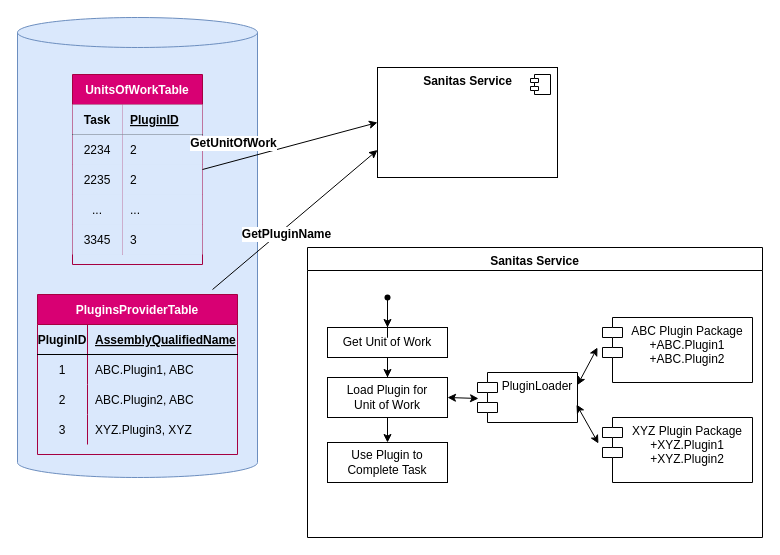
luisgarciau/hello-world keeps this draw.io diagram as page "Page-2" (2 of 2) of PluginProvider.drawio. Above is the earlier version. Source tidied: cells renumbered, new cells numbered last; positions are measured from the earlier drawing's top-left corner, leaving out a move shared by most shapes. Both pictures are drawn from the tidied source at 100%, with x=0, y=0 at pixel (17, 17).
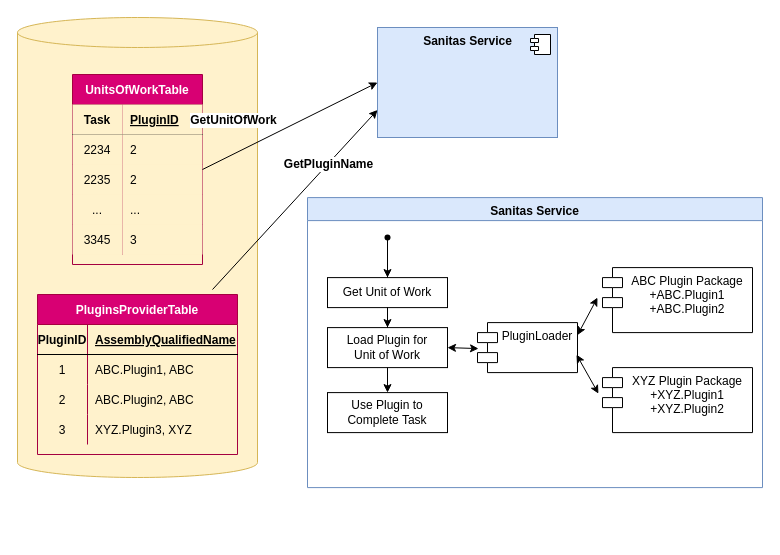
The same diagram, later.

Unchanged cells that the change refers to:
```xml
<mxCell id="17" style="shape=partialRectangle;fillColor=none;top=0;left=0;bottom=1;right=0;" parent="16" vertex="1">
  <mxGeometry y="30" width="130" height="30" as="geometry" />
</mxCell>
<mxCell id="20" style="shape=partialRectangle;fillColor=none;top=0;left=0;bottom=0;right=0;" parent="16" vertex="1">
  <mxGeometry y="60" width="130" height="30" as="geometry" />
</mxCell>
<mxCell id="23" style="shape=partialRectangle;fillColor=none;top=0;left=0;bottom=0;right=0;" parent="16" vertex="1">
  <mxGeometry y="90" width="130" height="30" as="geometry" />
</mxCell>
<mxCell id="26" style="shape=partialRectangle;fillColor=none;top=0;left=0;bottom=0;right=0;" parent="16" vertex="1">
  <mxGeometry y="120" width="130" height="30" as="geometry" />
</mxCell>
<mxCell id="29" style="shape=partialRectangle;fillColor=none;top=0;left=0;bottom=0;right=0;" parent="16" vertex="1">
  <mxGeometry y="150" width="130" height="30" as="geometry" />
</mxCell>
<mxCell id="37" value="PluginLoader" style="shape=module;align=left;spacingLeft=20;align=center;verticalAlign=top;" parent="36" vertex="1">
  <mxGeometry x="170" y="125" width="100" height="50" as="geometry" />
</mxCell>
<mxCell id="43" value="&lt;div&gt;Get Unit of Work&lt;br&gt;&lt;/div&gt;" style="whiteSpace=wrap;html=1;align=center;verticalAlign=middle;fillColor=none;sketch=0;fillStyle=solid;" parent="36" vertex="1">
  <mxGeometry x="20" y="80" width="120" height="30" as="geometry" />
</mxCell>
<mxCell id="50" style="endArrow=classic;html=1;exitX=0.875;exitY=-0.031;exitDx=0;exitDy=0;entryX=0;entryY=0.75;entryDx=0;entryDy=0;exitPerimeter=0;" parent="1" edge="1" source="3" target="32">
  <mxGeometry relative="1" as="geometry" />
</mxCell>
```

The edit, as a diff of the source:
```diff
@@
-    <mxCell id="2" style="shape=cylinder3;whiteSpace=wrap;html=1;boundedLbl=1;backgroundOutline=1;size=15;verticalAlign=top;fillColor=#dae8fc;strokeColor=#6c8ebf;" parent="1" vertex="1">
+    <mxCell id="2" style="shape=cylinder3;whiteSpace=wrap;html=1;boundedLbl=1;backgroundOutline=1;size=15;verticalAlign=top;fillColor=#fff2cc;strokeColor=#d6b656;" parent="1" vertex="1">
       <mxGeometry width="240" height="460" as="geometry" />
     </mxCell>
@@
-    <mxCell id="18" value="Task" style="shape=partialRectangle;top=0;left=0;bottom=0;right=0;fontStyle=1;overflow=hidden;fillColor=#dae8fc;strokeColor=#6c8ebf;" parent="17" vertex="1">
+    <mxCell id="18" value="Task" style="shape=partialRectangle;top=0;left=0;bottom=0;right=0;fontStyle=1;overflow=hidden;fillColor=#fff2cc;strokeColor=#d6b656;" parent="17" vertex="1">
       <mxGeometry width="50" height="30" as="geometry" />
     </mxCell>
-    <mxCell id="19" value="PluginID" style="shape=partialRectangle;top=0;left=0;bottom=0;right=0;align=left;spacingLeft=6;fontStyle=5;overflow=hidden;fillColor=#dae8fc;strokeColor=#6c8ebf;" parent="17" vertex="1">
+    <mxCell id="19" value="PluginID" style="shape=partialRectangle;top=0;left=0;bottom=0;right=0;align=left;spacingLeft=6;fontStyle=5;overflow=hidden;fillColor=#fff2cc;strokeColor=#d6b656;" parent="17" vertex="1">
       <mxGeometry x="50" width="80" height="30" as="geometry" />
     </mxCell>
@@
-    <mxCell id="21" value="2234" style="shape=partialRectangle;top=0;left=0;bottom=0;right=0;overflow=hidden;fillColor=#dae8fc;strokeColor=#6c8ebf;" parent="20" vertex="1">
+    <mxCell id="21" value="2234" style="shape=partialRectangle;top=0;left=0;bottom=0;right=0;overflow=hidden;fillColor=#fff2cc;strokeColor=#d6b656;" parent="20" vertex="1">
       <mxGeometry width="50" height="30" as="geometry" />
     </mxCell>
-    <mxCell id="22" value="2" style="shape=partialRectangle;top=0;left=0;bottom=0;right=0;align=left;spacingLeft=6;overflow=hidden;fillColor=#dae8fc;strokeColor=#6c8ebf;" parent="20" vertex="1">
+    <mxCell id="22" value="2" style="shape=partialRectangle;top=0;left=0;bottom=0;right=0;align=left;spacingLeft=6;overflow=hidden;fillColor=#fff2cc;strokeColor=#d6b656;" parent="20" vertex="1">
       <mxGeometry x="50" width="80" height="30" as="geometry" />
     </mxCell>
@@
-    <mxCell id="24" value="2235" style="shape=partialRectangle;top=0;left=0;bottom=0;right=0;overflow=hidden;fillColor=#dae8fc;strokeColor=#6c8ebf;" parent="23" vertex="1">
+    <mxCell id="24" value="2235" style="shape=partialRectangle;top=0;left=0;bottom=0;right=0;overflow=hidden;fillColor=#fff2cc;strokeColor=#d6b656;" parent="23" vertex="1">
       <mxGeometry width="50" height="30" as="geometry" />
     </mxCell>
-    <mxCell id="25" value="2" style="shape=partialRectangle;top=0;left=0;bottom=0;right=0;align=left;spacingLeft=6;overflow=hidden;fillColor=#dae8fc;strokeColor=#6c8ebf;" parent="23" vertex="1">
+    <mxCell id="25" value="2" style="shape=partialRectangle;top=0;left=0;bottom=0;right=0;align=left;spacingLeft=6;overflow=hidden;fillColor=#fff2cc;strokeColor=#d6b656;" parent="23" vertex="1">
       <mxGeometry x="50" width="80" height="30" as="geometry" />
     </mxCell>
@@
-    <mxCell id="27" value="..." style="shape=partialRectangle;top=0;left=0;bottom=0;right=0;overflow=hidden;fillColor=#dae8fc;strokeColor=#6c8ebf;" parent="26" vertex="1">
+    <mxCell id="27" value="..." style="shape=partialRectangle;top=0;left=0;bottom=0;right=0;overflow=hidden;fillColor=#fff2cc;strokeColor=#d6b656;" parent="26" vertex="1">
       <mxGeometry width="50" height="30" as="geometry" />
     </mxCell>
-    <mxCell id="28" value="..." style="shape=partialRectangle;top=0;left=0;bottom=0;right=0;align=left;spacingLeft=6;overflow=hidden;fillColor=#dae8fc;strokeColor=#6c8ebf;" parent="26" vertex="1">
+    <mxCell id="28" value="..." style="shape=partialRectangle;top=0;left=0;bottom=0;right=0;align=left;spacingLeft=6;overflow=hidden;fillColor=#fff2cc;strokeColor=#d6b656;" parent="26" vertex="1">
       <mxGeometry x="50" width="80" height="30" as="geometry" />
     </mxCell>
@@
-    <mxCell id="30" value="3345" style="shape=partialRectangle;top=0;left=0;bottom=0;right=0;overflow=hidden;fillColor=#dae8fc;strokeColor=#6c8ebf;" parent="29" vertex="1">
+    <mxCell id="30" value="3345" style="shape=partialRectangle;top=0;left=0;bottom=0;right=0;overflow=hidden;fillColor=#fff2cc;strokeColor=#d6b656;" parent="29" vertex="1">
       <mxGeometry width="50" height="30" as="geometry" />
     </mxCell>
-    <mxCell id="31" value="3" style="shape=partialRectangle;top=0;left=0;bottom=0;right=0;align=left;spacingLeft=6;overflow=hidden;fillColor=#dae8fc;strokeColor=#6c8ebf;" parent="29" vertex="1">
+    <mxCell id="31" value="3" style="shape=partialRectangle;top=0;left=0;bottom=0;right=0;align=left;spacingLeft=6;overflow=hidden;fillColor=#fff2cc;strokeColor=#d6b656;" parent="29" vertex="1">
       <mxGeometry x="50" width="80" height="30" as="geometry" />
     </mxCell>
-    <mxCell id="32" value="&lt;b&gt;Sanitas Service&lt;/b&gt;" style="html=1;verticalAlign=top;" parent="1" vertex="1">
-      <mxGeometry x="360" y="50" width="180" height="110" as="geometry" />
+    <mxCell id="32" value="&lt;b&gt;Sanitas Service&lt;/b&gt;" style="html=1;verticalAlign=top;fillColor=#dae8fc;strokeColor=#6c8ebf;" parent="1" vertex="1">
+      <mxGeometry x="360" y="10" width="180" height="110" as="geometry" />
     </mxCell>
@@
-    <mxCell id="36" value="Sanitas Service" style="swimlane;verticalAlign=top;" parent="1" vertex="1">
-      <mxGeometry x="290" y="230" width="455" height="290" as="geometry" />
+    <mxCell id="36" value="Sanitas Service" style="swimlane;verticalAlign=top;fillColor=#dae8fc;strokeColor=#6c8ebf;" parent="1" vertex="1">
+      <mxGeometry x="290" y="180.1" width="455" height="290" as="geometry" />
     </mxCell>
@@
-    <mxCell id="40" style="edgeStyle=orthogonalEdgeStyle;rounded=0;jettySize=auto;html=1;startArrow=none;startFill=0;" parent="36" edge="1" source="41" target="43">
+    <mxCell id="40" style="edgeStyle=orthogonalEdgeStyle;rounded=0;jettySize=auto;html=1;startArrow=none;startFill=0;exitX=0.5;exitY=0.6;exitDx=0;exitDy=0;exitPerimeter=0;" parent="36" edge="1" source="52" target="43">
       <mxGeometry relative="1" as="geometry" />
     </mxCell>
-    <mxCell id="41" style="shape=waypoint;sketch=0;fillStyle=solid;size=6;points=[];fillColor=none;perimeter=centerPerimeter;snapToPoint=1;align=left;verticalAlign=top;" parent="36" vertex="1">
-      <mxGeometry x="60" y="30" width="40" height="40" as="geometry" />
-    </mxCell>
@@
+    <mxCell id="52" style="shape=waypoint;sketch=0;fillStyle=solid;size=6;points=[];fillColor=none;perimeter=centerPerimeter;snapToPoint=1;align=center;verticalAlign=middle;" parent="36" vertex="1">
+      <mxGeometry x="60" y="19.9" width="40" height="40" as="geometry" />
+    </mxCell>
     <mxCell id="49" style="endArrow=classic;startArrow=classic;html=1;exitX=1;exitY=0.25;exitDx=0;exitDy=0;" parent="1" edge="1" source="37">
       <mxGeometry relative="1" as="geometry">
-        <mxPoint x="580" y="330" as="targetPoint" />
+        <mxPoint x="580" y="280.1" as="targetPoint" />
       </mxGeometry>
     </mxCell>
@@
     <mxCell id="51" value="&lt;font style=&quot;font-size: 12px&quot;&gt;&lt;b&gt;GetPluginName&lt;/b&gt;&lt;/font&gt;" style="edgeLabel;html=1;align=center;verticalAlign=middle;" parent="50" vertex="1">
-      <mxGeometry x="-0.15" y="-5" relative="1" as="geometry" />
+      <mxGeometry x="-0.15" y="-5" relative="1" as="geometry">
+        <mxPoint x="41" y="-52" as="offset" />
+      </mxGeometry>
     </mxCell>
```
